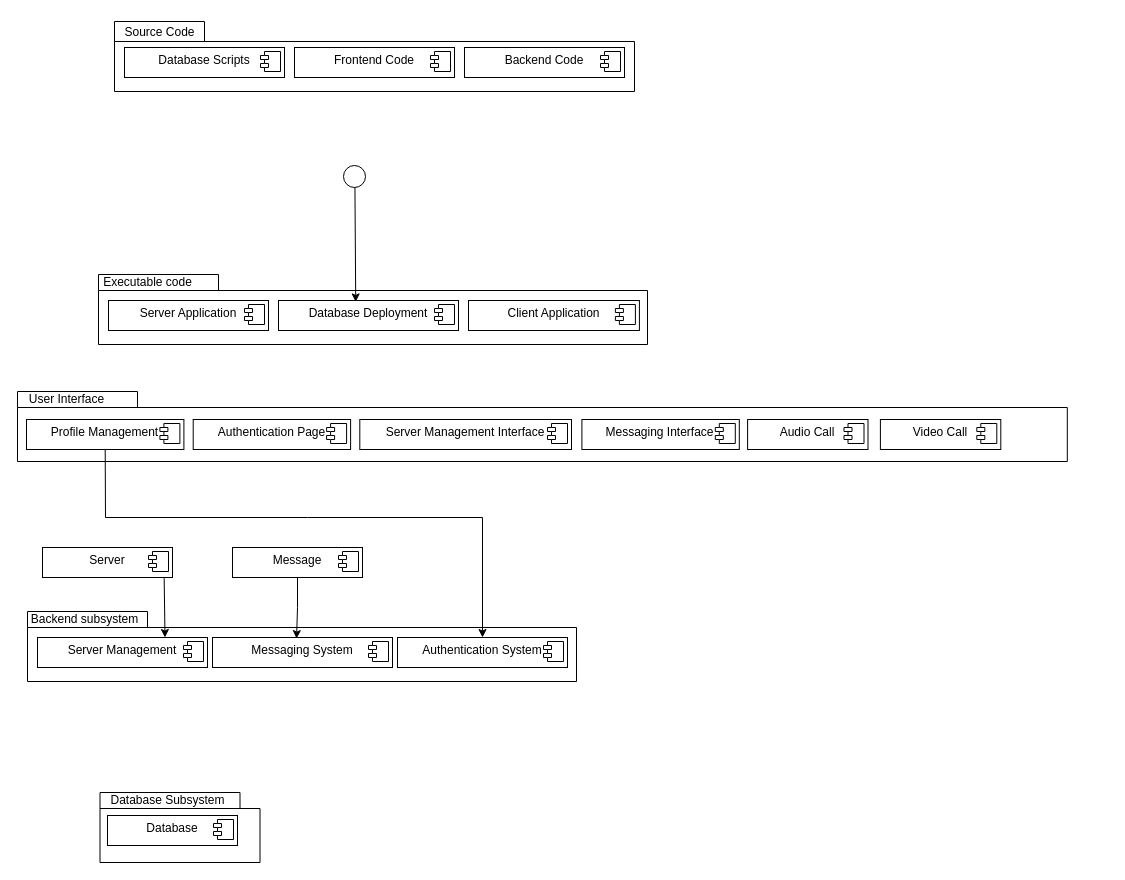
Harshul1484/BMP- keeps this draw.io diagram as compent diagram.drawio. Above is the earlier version. Source tidied: cells renumbered, new cells numbered last; positions are measured from the earlier drawing's top-left corner, leaving out a move shared by most shapes. Both pictures are drawn from the tidied source at 100%, with x=0, y=0 at pixel (16, 17).
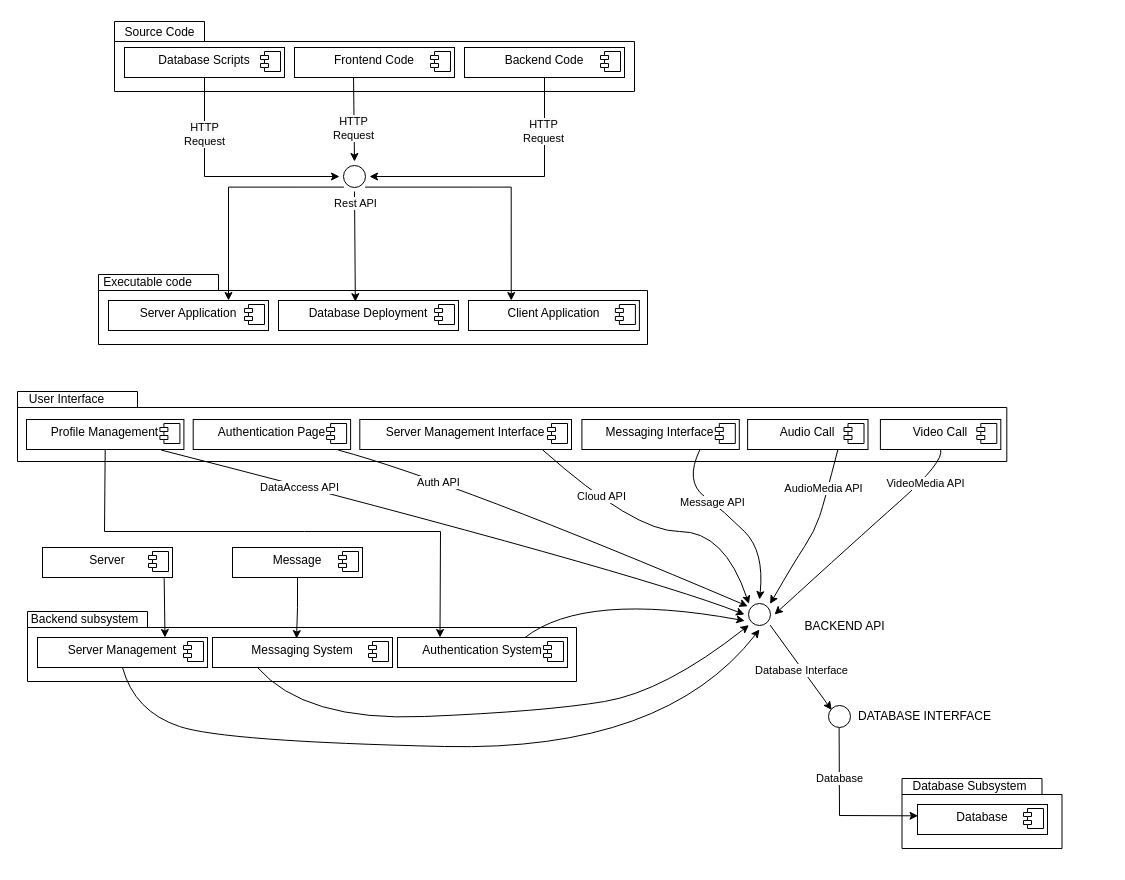
The same page after the edit.

The change refers to these unchanged cells:
```xml
<mxCell id="6" value="&lt;p style=&quot;margin:0px;margin-top:6px;text-align:center;&quot;&gt;&lt;span style=&quot;background-color: initial;&quot;&gt;Client Application&lt;/span&gt;&lt;br&gt;&lt;/p&gt;" style="align=left;overflow=fill;html=1;whiteSpace=wrap;" parent="3" vertex="1">
  <mxGeometry x="370" y="30" width="170.9" height="30" as="geometry" />
</mxCell>
<mxCell id="8" value="&lt;p style=&quot;margin:0px;margin-top:6px;text-align:center;&quot;&gt;&lt;span style=&quot;background-color: initial;&quot;&gt;Server Application&lt;/span&gt;&lt;br&gt;&lt;/p&gt;" style="align=left;overflow=fill;html=1;whiteSpace=wrap;" parent="2" vertex="1">
  <mxGeometry x="10" y="30" width="160" height="30" as="geometry" />
</mxCell>
<mxCell id="10" value="&lt;p style=&quot;margin:0px;margin-top:6px;text-align:center;&quot;&gt;&lt;span style=&quot;background-color: initial;&quot;&gt;Database Deployment&lt;/span&gt;&lt;br&gt;&lt;/p&gt;" style="align=left;overflow=fill;html=1;whiteSpace=wrap;" parent="2" vertex="1">
  <mxGeometry x="180" y="30" width="180" height="30" as="geometry" />
</mxCell>
<mxCell id="13" style="group;" parent="12" vertex="1">
  <mxGeometry x="-0.7" y="-3" width="1050.5" height="77" as="geometry" />
</mxCell>
<mxCell id="16" value="&lt;p style=&quot;margin:0px;margin-top:6px;text-align:center;&quot;&gt;&lt;span style=&quot;background-color: initial;&quot;&gt;Video Call&lt;/span&gt;&lt;br&gt;&lt;/p&gt;" style="align=left;overflow=fill;html=1;whiteSpace=wrap;" parent="13" vertex="1">
  <mxGeometry x="863.6" y="35" width="120.4" height="30" as="geometry" />
</mxCell>
<mxCell id="18" value="&lt;p style=&quot;margin:0px;margin-top:6px;text-align:center;&quot;&gt;&lt;span style=&quot;background-color: initial;&quot;&gt;Audio Call&lt;/span&gt;&lt;br&gt;&lt;/p&gt;" style="align=left;overflow=fill;html=1;whiteSpace=wrap;" parent="13" vertex="1">
  <mxGeometry x="730.8" y="35" width="120.4" height="30" as="geometry" />
</mxCell>
<mxCell id="20" value="&lt;p style=&quot;margin:0px;margin-top:6px;text-align:center;&quot;&gt;&lt;span style=&quot;background-color: initial;&quot;&gt;Profile Management&lt;/span&gt;&lt;br&gt;&lt;/p&gt;" style="align=left;overflow=fill;html=1;whiteSpace=wrap;" parent="13" vertex="1">
  <mxGeometry x="9.7" y="35" width="157.4" height="30" as="geometry" />
</mxCell>
<mxCell id="22" value="&lt;p style=&quot;margin:0px;margin-top:6px;text-align:center;&quot;&gt;&lt;span style=&quot;background-color: initial;&quot;&gt;Authentication Page&lt;/span&gt;&lt;br&gt;&lt;/p&gt;" style="align=left;overflow=fill;html=1;whiteSpace=wrap;" parent="13" vertex="1">
  <mxGeometry x="176.4" y="35" width="157.4" height="30" as="geometry" />
</mxCell>
<mxCell id="24" value="&lt;p style=&quot;margin:0px;margin-top:6px;text-align:center;&quot;&gt;&lt;span style=&quot;background-color: initial;&quot;&gt;Server Management Interface&lt;/span&gt;&lt;br&gt;&lt;/p&gt;" style="align=left;overflow=fill;html=1;whiteSpace=wrap;" parent="13" vertex="1">
  <mxGeometry x="343" y="35" width="211.7" height="30" as="geometry" />
</mxCell>
<mxCell id="26" value="&lt;p style=&quot;margin:0px;margin-top:6px;text-align:center;&quot;&gt;&lt;span style=&quot;background-color: initial;&quot;&gt;Messaging Interface&lt;/span&gt;&lt;br&gt;&lt;/p&gt;" style="align=left;overflow=fill;html=1;whiteSpace=wrap;" parent="13" vertex="1">
  <mxGeometry x="565.1" y="35" width="157.4" height="30" as="geometry" />
</mxCell>
<mxCell id="38" value="&lt;p style=&quot;margin:0px;margin-top:6px;text-align:center;&quot;&gt;&lt;span style=&quot;background-color: initial;&quot;&gt;Database Scripts&lt;/span&gt;&lt;br&gt;&lt;/p&gt;" style="align=left;overflow=fill;html=1;whiteSpace=wrap;" parent="34" vertex="1">
  <mxGeometry x="10" y="30" width="160" height="30" as="geometry" />
</mxCell>
<mxCell id="40" value="&lt;p style=&quot;margin:0px;margin-top:6px;text-align:center;&quot;&gt;&lt;span style=&quot;background-color: initial;&quot;&gt;Frontend Code&lt;/span&gt;&lt;br&gt;&lt;/p&gt;" style="align=left;overflow=fill;html=1;whiteSpace=wrap;" parent="34" vertex="1">
  <mxGeometry x="180" y="30" width="160" height="30" as="geometry" />
</mxCell>
<mxCell id="42" value="&lt;p style=&quot;margin:0px;margin-top:6px;text-align:center;&quot;&gt;&lt;span style=&quot;background-color: initial;&quot;&gt;Backend Code&lt;/span&gt;&lt;br&gt;&lt;/p&gt;" style="align=left;overflow=fill;html=1;whiteSpace=wrap;" parent="34" vertex="1">
  <mxGeometry x="350" y="30" width="160" height="30" as="geometry" />
</mxCell>
<mxCell id="49" value="&lt;p style=&quot;margin:0px;margin-top:6px;text-align:center;&quot;&gt;&lt;span style=&quot;background-color: initial;&quot;&gt;Authentication System&lt;/span&gt;&lt;br&gt;&lt;/p&gt;" style="align=left;overflow=fill;html=1;whiteSpace=wrap;" parent="46" vertex="1">
  <mxGeometry x="370" y="30" width="170" height="30" as="geometry" />
</mxCell>
<mxCell id="51" value="&lt;p style=&quot;margin:0px;margin-top:6px;text-align:center;&quot;&gt;&lt;span style=&quot;background-color: initial;&quot;&gt;Server Management&lt;/span&gt;&lt;br&gt;&lt;/p&gt;" style="align=left;overflow=fill;html=1;whiteSpace=wrap;" parent="45" vertex="1">
  <mxGeometry x="10" y="30" width="170" height="30" as="geometry" />
</mxCell>
<mxCell id="53" value="&lt;p style=&quot;margin:0px;margin-top:6px;text-align:center;&quot;&gt;&lt;span style=&quot;background-color: initial;&quot;&gt;Messaging System&lt;/span&gt;&lt;br&gt;&lt;/p&gt;" style="align=left;overflow=fill;html=1;whiteSpace=wrap;" parent="45" vertex="1">
  <mxGeometry x="185" y="30" width="180" height="30" as="geometry" />
</mxCell>
<mxCell id="62" style="ellipse;html=1;shape=startState;fillColor=none;strokeColor=#000000;" parent="1" vertex="1">
  <mxGeometry x="323" y="144" width="30" height="30" as="geometry" />
</mxCell>
```

Change to the diagram source:
```diff
@@
     <mxCell id="14" style="shape=folder;fontStyle=1;spacingTop=10;tabWidth=120;tabHeight=16;tabPosition=left;html=1;whiteSpace=wrap;" parent="13" vertex="1">
-      <mxGeometry x="0.7" y="7" width="1049.8" height="70" as="geometry" />
+      <mxGeometry x="0.7" y="7" width="989.3" height="70" as="geometry" />
     </mxCell>
@@
     <mxCell id="28" style="edgeStyle=orthogonalEdgeStyle;rounded=0;orthogonalLoop=1;jettySize=auto;html=1;" parent="1" edge="1">
       <mxGeometry relative="1" as="geometry">
-        <mxPoint x="1544.3" y="339" as="targetPoint" />
+        <mxPoint x="1927.3" y="335" as="targetPoint" />
       </mxGeometry>
     </mxCell>
     <mxCell id="29" style="group;" parent="1" vertex="1">
-      <mxGeometry x="81" y="768" width="162.5" height="77" as="geometry" />
+      <mxGeometry x="883" y="754" width="162.5" height="77" as="geometry" />
     </mxCell>
@@
     <mxCell id="32" value="&lt;p style=&quot;margin:0px;margin-top:6px;text-align:center;&quot;&gt;&lt;span style=&quot;background-color: initial;&quot;&gt;Database&lt;/span&gt;&lt;br&gt;&lt;/p&gt;" style="align=left;overflow=fill;html=1;whiteSpace=wrap;" parent="29" vertex="1">
-      <mxGeometry x="10" y="30" width="130" height="30" as="geometry" />
+      <mxGeometry x="18" y="33" width="130" height="30" as="geometry" />
     </mxCell>
@@
-    <mxCell id="61" style="endArrow=classic;html=1;rounded=0;exitX=0.5;exitY=1;exitDx=0;exitDy=0;entryX=0.5;entryY=0;entryDx=0;entryDy=0;" parent="1" edge="1" source="20" target="49">
+    <mxCell id="61" style="endArrow=classic;html=1;rounded=0;exitX=0.5;exitY=1;exitDx=0;exitDy=0;entryX=0.25;entryY=0;entryDx=0;entryDy=0;" parent="1" edge="1" source="20" target="49">
       <mxGeometry relative="1" as="geometry">
         <Array as="points">
-          <mxPoint x="89" y="500" />
-          <mxPoint x="291" y="500" />
-          <mxPoint x="466" y="500" />
+          <mxPoint x="88" y="514" />
+          <mxPoint x="288" y="514" />
+          <mxPoint x="424" y="514" />
         </Array>
       </mxGeometry>
     </mxCell>
+    <mxCell id="64" style="edgeStyle=orthogonalEdgeStyle;rounded=0;jettySize=auto;html=1;exitX=0;exitY=1;exitDx=0;exitDy=0;entryX=0.75;entryY=0;entryDx=0;entryDy=0;" parent="1" edge="1" source="62" target="8">
+      <mxGeometry relative="1" as="geometry" />
+    </mxCell>
+    <mxCell id="65" style="edgeStyle=orthogonalEdgeStyle;rounded=0;jettySize=auto;html=1;exitX=1;exitY=1;exitDx=0;exitDy=0;entryX=0.25;entryY=0;entryDx=0;entryDy=0;" parent="1" edge="1" source="62" target="6">
+      <mxGeometry relative="1" as="geometry" />
+    </mxCell>
@@
+    <mxCell id="66" style="edgeStyle=orthogonalEdgeStyle;rounded=0;jettySize=auto;html=1;exitX=0.5;exitY=1;exitDx=0;exitDy=0;entryX=0;entryY=0.5;entryDx=0;entryDy=0;" parent="1" edge="1" source="38" target="62">
+      <mxGeometry relative="1" as="geometry" />
+    </mxCell>
+    <mxCell id="67" value="&lt;span style=&quot;text-wrap: wrap; background-color: rgb(251, 251, 251);&quot;&gt;HTTP Request&lt;/span&gt;" style="edgeLabel;html=1;align=center;verticalAlign=middle;" parent="66" vertex="1">
+      <mxGeometry x="-0.52" y="-1" relative="1" as="geometry" />
+    </mxCell>
+    <mxCell id="68" style="endArrow=classic;html=1;rounded=0;exitX=0.369;exitY=0.998;exitDx=0;exitDy=0;exitPerimeter=0;entryX=0.5;entryY=0;entryDx=0;entryDy=0;" parent="1" edge="1" source="40" target="62">
+      <mxGeometry relative="1" as="geometry" />
+    </mxCell>
+    <mxCell id="69" value="&lt;span style=&quot;text-wrap: wrap; background-color: rgb(251, 251, 251);&quot;&gt;HTTP Request&lt;/span&gt;" style="edgeLabel;html=1;align=center;verticalAlign=middle;" parent="68" vertex="1">
+      <mxGeometry x="0.21" y="-1" relative="1" as="geometry" />
+    </mxCell>
+    <mxCell id="70" style="edgeStyle=orthogonalEdgeStyle;rounded=0;jettySize=auto;html=1;exitX=0.5;exitY=1;exitDx=0;exitDy=0;entryX=1;entryY=0.5;entryDx=0;entryDy=0;" parent="1" edge="1" source="42" target="62">
+      <mxGeometry relative="1" as="geometry" />
+    </mxCell>
+    <mxCell id="71" value="&lt;span style=&quot;text-wrap: wrap; background-color: rgb(251, 251, 251);&quot;&gt;HTTP Request&lt;/span&gt;" style="edgeLabel;html=1;align=center;verticalAlign=middle;" parent="70" vertex="1">
+      <mxGeometry x="-0.61" y="-2" relative="1" as="geometry" />
+    </mxCell>
-    <mxCell id="63" style="endArrow=classic;html=1;rounded=0;exitX=0.515;exitY=0.858;exitDx=0;exitDy=0;exitPerimeter=0;entryX=0.429;entryY=0.047;entryDx=0;entryDy=0;entryPerimeter=0;" parent="1" edge="1" source="62" target="10">
+    <mxCell id="63" style="endArrow=classic;html=1;rounded=0;exitX=0.5;exitY=1;exitDx=0;exitDy=0;entryX=0.427;entryY=0.04;entryDx=0;entryDy=0;entryPerimeter=0;" parent="1" edge="1" source="62" target="10">
       <mxGeometry relative="1" as="geometry" />
     </mxCell>
+    <mxCell id="72" value="Rest API" style="edgeLabel;html=1;align=center;verticalAlign=middle;" parent="63" vertex="1">
+      <mxGeometry relative="1" as="geometry">
+        <mxPoint y="-43" as="offset" />
+      </mxGeometry>
+    </mxCell>
+    <mxCell id="73" style="ellipse;html=1;shape=startState;fillColor=none;strokeColor=#000000;" parent="1" vertex="1">
+      <mxGeometry x="728" y="582" width="30" height="30" as="geometry" />
+    </mxCell>
+    <mxCell id="74" style="curved=1;endArrow=classic;html=1;rounded=0;exitX=0.5;exitY=1;exitDx=0;exitDy=0;entryX=1;entryY=0.5;entryDx=0;entryDy=0;" parent="1" edge="1" source="16" target="73">
+      <mxGeometry relative="1" as="geometry">
+        <Array as="points">
+          <mxPoint x="928" y="444" />
+          <mxPoint x="838" y="524" />
+        </Array>
+      </mxGeometry>
+    </mxCell>
+    <mxCell id="75" value="VideoMedia API" style="edgeLabel;html=1;align=center;verticalAlign=middle;" parent="74" vertex="1">
+      <mxGeometry x="-0.65" y="3" relative="1" as="geometry" />
+    </mxCell>
+    <mxCell id="76" style="curved=1;endArrow=classic;html=1;rounded=0;entryX=1;entryY=0;entryDx=0;entryDy=0;exitX=0.75;exitY=1;exitDx=0;exitDy=0;" parent="1" edge="1" source="18" target="73">
+      <mxGeometry relative="1" as="geometry">
+        <Array as="points">
+          <mxPoint x="808" y="484" />
+          <mxPoint x="798" y="514" />
+          <mxPoint x="778" y="544" />
+        </Array>
+      </mxGeometry>
+    </mxCell>
+    <mxCell id="77" value="AudioMedia API" style="edgeLabel;html=1;align=center;verticalAlign=middle;" parent="76" vertex="1">
+      <mxGeometry x="-0.52" y="-5" relative="1" as="geometry" />
+    </mxCell>
+    <mxCell id="78" style="curved=1;endArrow=classic;html=1;rounded=0;exitX=0.75;exitY=1;exitDx=0;exitDy=0;entryX=0.5;entryY=0;entryDx=0;entryDy=0;" parent="1" edge="1" source="26" target="73">
+      <mxGeometry relative="1" as="geometry">
+        <Array as="points">
+          <mxPoint x="668" y="464" />
+          <mxPoint x="708" y="494" />
+          <mxPoint x="748" y="534" />
+        </Array>
+      </mxGeometry>
+    </mxCell>
+    <mxCell id="79" value="Message API" style="edgeLabel;html=1;align=center;verticalAlign=middle;" parent="78" vertex="1">
+      <mxGeometry x="-0.26" relative="1" as="geometry" />
+    </mxCell>
+    <mxCell id="80" style="curved=1;endArrow=classic;html=1;rounded=0;entryX=0;entryY=0;entryDx=0;entryDy=0;exitX=0.864;exitY=1.015;exitDx=0;exitDy=0;exitPerimeter=0;" parent="1" edge="1" source="24" target="73">
+      <mxGeometry relative="1" as="geometry">
+        <Array as="points">
+          <mxPoint x="618" y="514" />
+          <mxPoint x="708" y="514" />
+        </Array>
+      </mxGeometry>
+    </mxCell>
+    <mxCell id="81" value="Cloud API" style="edgeLabel;html=1;align=center;verticalAlign=middle;" parent="80" vertex="1">
+      <mxGeometry x="-0.48" y="4" relative="1" as="geometry">
+        <mxPoint y="-1" as="offset" />
+      </mxGeometry>
+    </mxCell>
+    <mxCell id="82" style="curved=1;endArrow=classic;html=1;rounded=0;exitX=0.921;exitY=1.017;exitDx=0;exitDy=0;exitPerimeter=0;entryX=0.11;entryY=0.226;entryDx=0;entryDy=0;entryPerimeter=0;" parent="1" edge="1" source="22" target="73">
+      <mxGeometry relative="1" as="geometry">
+        <Array as="points">
+          <mxPoint x="438" y="464" />
+        </Array>
+      </mxGeometry>
+    </mxCell>
+    <mxCell id="83" value="Auth API" style="edgeLabel;html=1;align=center;verticalAlign=middle;" parent="82" vertex="1">
+      <mxGeometry x="-0.52" y="-5" relative="1" as="geometry" />
+    </mxCell>
+    <mxCell id="84" style="curved=1;endArrow=classic;html=1;rounded=0;exitX=0.5;exitY=1;exitDx=0;exitDy=0;entryX=0.5;entryY=1;entryDx=0;entryDy=0;" parent="1" edge="1" source="51" target="73">
+      <mxGeometry relative="1" as="geometry">
+        <Array as="points">
+          <mxPoint x="118" y="694" />
+          <mxPoint x="208" y="724" />
+          <mxPoint x="648" y="734" />
+        </Array>
+      </mxGeometry>
+    </mxCell>
+    <mxCell id="85" style="curved=1;endArrow=classic;html=1;rounded=0;exitX=0.25;exitY=1;exitDx=0;exitDy=0;entryX=0;entryY=1;entryDx=0;entryDy=0;" parent="1" edge="1" source="53" target="73">
+      <mxGeometry relative="1" as="geometry">
+        <Array as="points">
+          <mxPoint x="288" y="704" />
+          <mxPoint x="528" y="694" />
+          <mxPoint x="648" y="674" />
+        </Array>
+      </mxGeometry>
+    </mxCell>
+    <mxCell id="86" style="curved=1;endArrow=classic;html=1;rounded=0;exitX=0.75;exitY=0;exitDx=0;exitDy=0;entryX=0.008;entryY=0.71;entryDx=0;entryDy=0;entryPerimeter=0;" parent="1" edge="1" source="49" target="73">
+      <mxGeometry relative="1" as="geometry">
+        <Array as="points">
+          <mxPoint x="568" y="574" />
+        </Array>
+      </mxGeometry>
+    </mxCell>
+    <mxCell id="87" style="curved=1;endArrow=classic;html=1;rounded=0;exitX=0.856;exitY=1.019;exitDx=0;exitDy=0;exitPerimeter=0;entryX=0;entryY=0.5;entryDx=0;entryDy=0;" parent="1" edge="1" source="20" target="73">
+      <mxGeometry relative="1" as="geometry">
+        <Array as="points">
+          <mxPoint x="618" y="554" />
+        </Array>
+      </mxGeometry>
+    </mxCell>
+    <mxCell id="88" value="DataAccess API" style="edgeLabel;html=1;align=center;verticalAlign=middle;" parent="87" vertex="1">
+      <mxGeometry x="-0.53" y="-1" relative="1" as="geometry" />
+    </mxCell>
+    <mxCell id="89" style="ellipse;html=1;shape=startState;fillColor=none;strokeColor=#000000;" parent="1" vertex="1">
+      <mxGeometry x="808" y="684" width="30" height="30" as="geometry" />
+    </mxCell>
+    <mxCell id="90" style="endArrow=classic;html=1;rounded=0;exitX=1;exitY=1;exitDx=0;exitDy=0;entryX=0.238;entryY=0.28;entryDx=0;entryDy=0;entryPerimeter=0;" parent="1" edge="1" source="73" target="89">
+      <mxGeometry relative="1" as="geometry" />
+    </mxCell>
+    <mxCell id="91" value="Database Interface" style="edgeLabel;html=1;align=center;verticalAlign=middle;" parent="90" vertex="1">
+      <mxGeometry x="0.04" y="-1" relative="1" as="geometry">
+        <mxPoint y="1" as="offset" />
+      </mxGeometry>
+    </mxCell>
+    <mxCell id="92" style="endArrow=classic;html=1;rounded=0;entryX=0.004;entryY=0.378;entryDx=0;entryDy=0;entryPerimeter=0;exitX=0.487;exitY=0.878;exitDx=0;exitDy=0;exitPerimeter=0;" parent="1" edge="1" source="89" target="32">
+      <mxGeometry relative="1" as="geometry">
+        <Array as="points">
+          <mxPoint x="823" y="798" />
+        </Array>
+      </mxGeometry>
+    </mxCell>
+    <mxCell id="93" value="Database" style="edgeLabel;html=1;align=center;verticalAlign=middle;" parent="92" vertex="1">
+      <mxGeometry x="-0.4" relative="1" as="geometry" />
+    </mxCell>
+    <mxCell id="94" value="DATABASE INTERFACE" style="text;html=1;align=center;verticalAlign=middle;strokeColor=none;fillColor=none;" parent="1" vertex="1">
+      <mxGeometry x="828" y="684" width="160" height="30" as="geometry" />
+    </mxCell>
+    <mxCell id="95" value="BACKEND API" style="text;html=1;align=center;verticalAlign=middle;strokeColor=none;fillColor=none;" parent="1" vertex="1">
+      <mxGeometry x="778" y="594" width="100" height="30" as="geometry" />
+    </mxCell>
```
